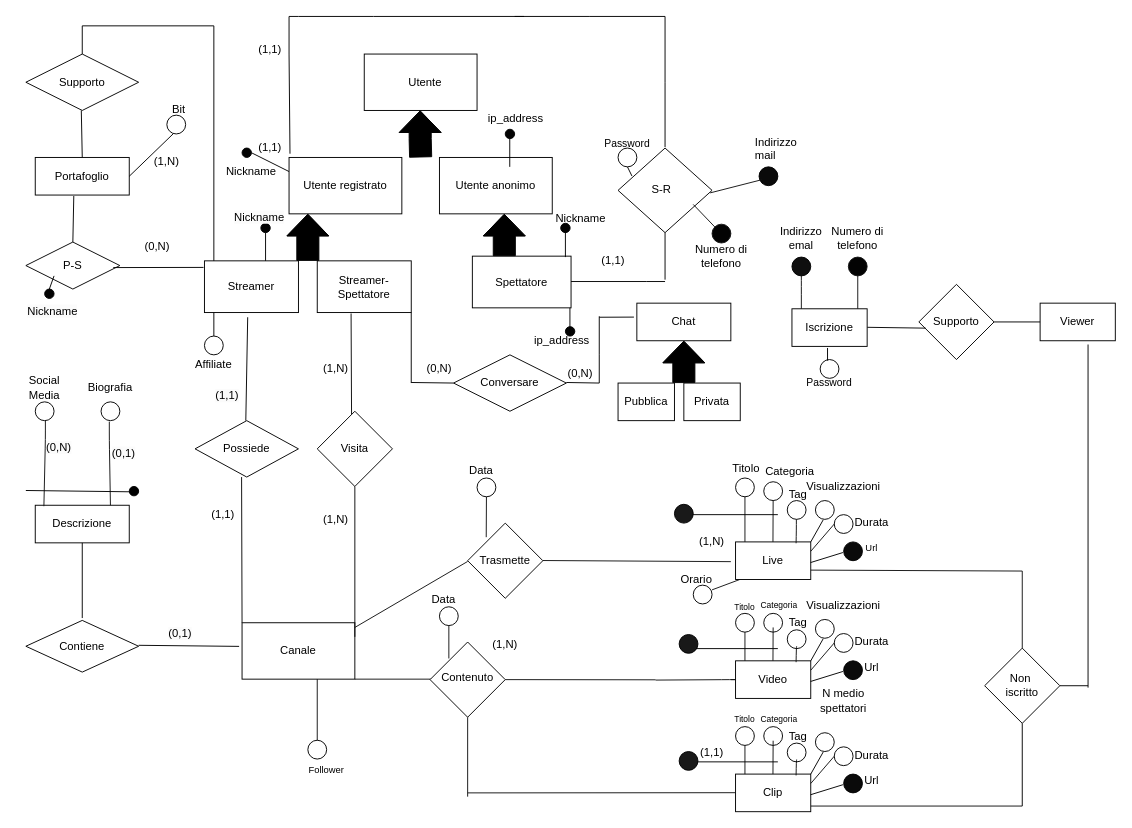
Above: e-r_revised_hypothesis.drawio in Popper002/Streaming-Service-Db-project-unito (draw.io), before the change. Source tidied: cells renumbered, new cells numbered last; positions are measured from the earlier drawing's top-left corner, leaving out a move shared by most shapes. Both pictures are drawn from the tidied source at 94%, with x=0, y=0 at pixel (16, 16).
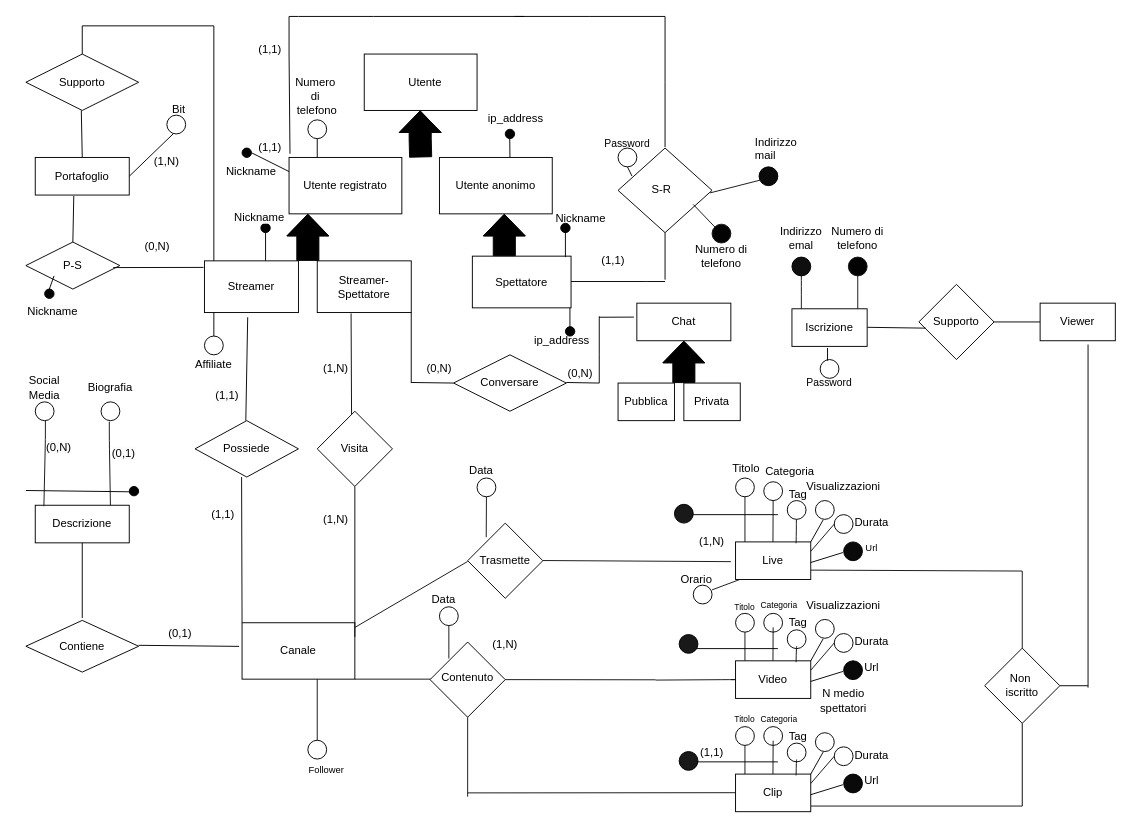
Above is the later version.

Diff of the diagram source:
```diff
@@
-    <mxCell id="214" style="endArrow=none;html=1;rounded=0;exitX=0;exitY=0.167;exitDx=0;exitDy=0;exitPerimeter=0;" parent="1" edge="1">
+    <mxCell id="214" style="endArrow=none;html=1;rounded=0;" parent="1" edge="1">
       <mxGeometry relative="1" as="geometry">
-        <mxPoint x="524.8" y="160" as="sourcePoint" />
+        <mxPoint x="525" y="150" as="sourcePoint" />
         <mxPoint x="524.8" y="130" as="targetPoint" />
       </mxGeometry>
     </mxCell>
@@
+    <mxCell id="221" style="endArrow=none;html=1;" parent="1" edge="1">
+      <mxGeometry relative="1" as="geometry">
+        <mxPoint x="399.7" y="152.5" as="sourcePoint" />
+        <mxPoint x="399.7" y="152.5" as="targetPoint" />
+      </mxGeometry>
+    </mxCell>
+    <mxCell id="222" style="endArrow=none;html=1;rounded=0;" parent="1" edge="1">
+      <mxGeometry relative="1" as="geometry">
+        <mxPoint x="320" y="150" as="sourcePoint" />
+        <mxPoint x="320" y="125" as="targetPoint" />
+      </mxGeometry>
+    </mxCell>
+    <mxCell id="223" style="ellipse;whiteSpace=wrap;html=1;fillColor=default;strokeColor=#000000;" parent="1" vertex="1">
+      <mxGeometry x="310" y="110" width="20" height="20" as="geometry" />
+    </mxCell>
+    <mxCell id="224" value="Numero&amp;nbsp;&lt;br&gt;di&amp;nbsp;&lt;br&gt;telefono" style="text;html=1;strokeColor=none;fillColor=none;align=center;verticalAlign=middle;whiteSpace=wrap;rounded=0;" parent="1" vertex="1">
+      <mxGeometry x="290" y="70" width="60" height="30" as="geometry" />
+    </mxCell>
```
